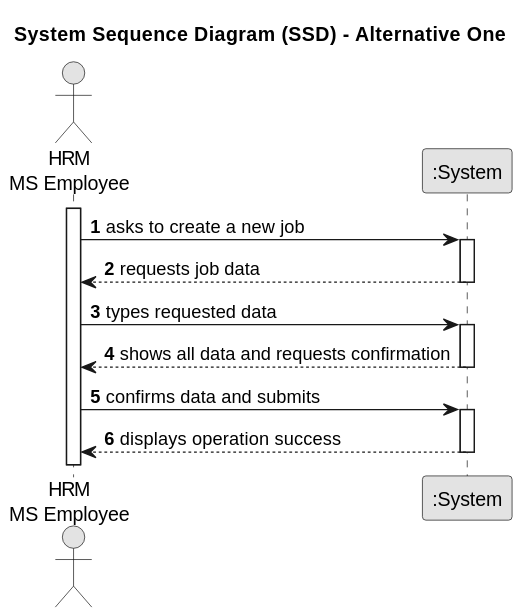
Before: docs/sprintA/us002/01.requirements-engineering/svg/us002-system-sequence-diagram-alternative-one.svg, a diagram exported from PlantUML (Rui-San/LAPR2_2023_2024).
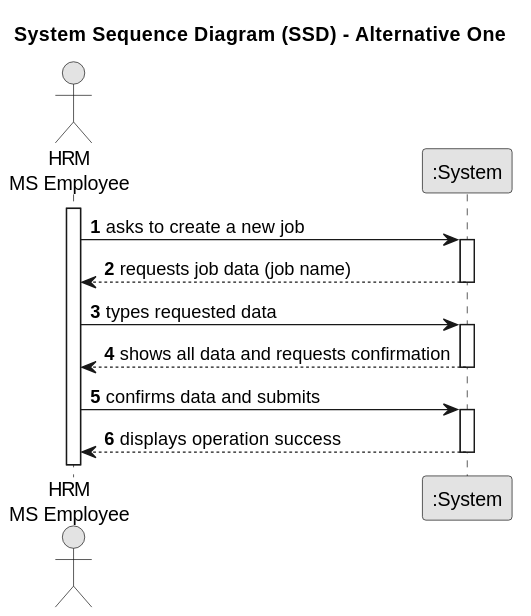
The same file after the commit.

Change to the diagram source:
```diff
@@ -15,7 +15,7 @@
 Employee -> System : asks to create a new job
 activate System
 
-    System --> Employee : requests job data
+    System --> Employee : requests job data (job name)
 deactivate System
 
 Employee -> System : types requested data
```
